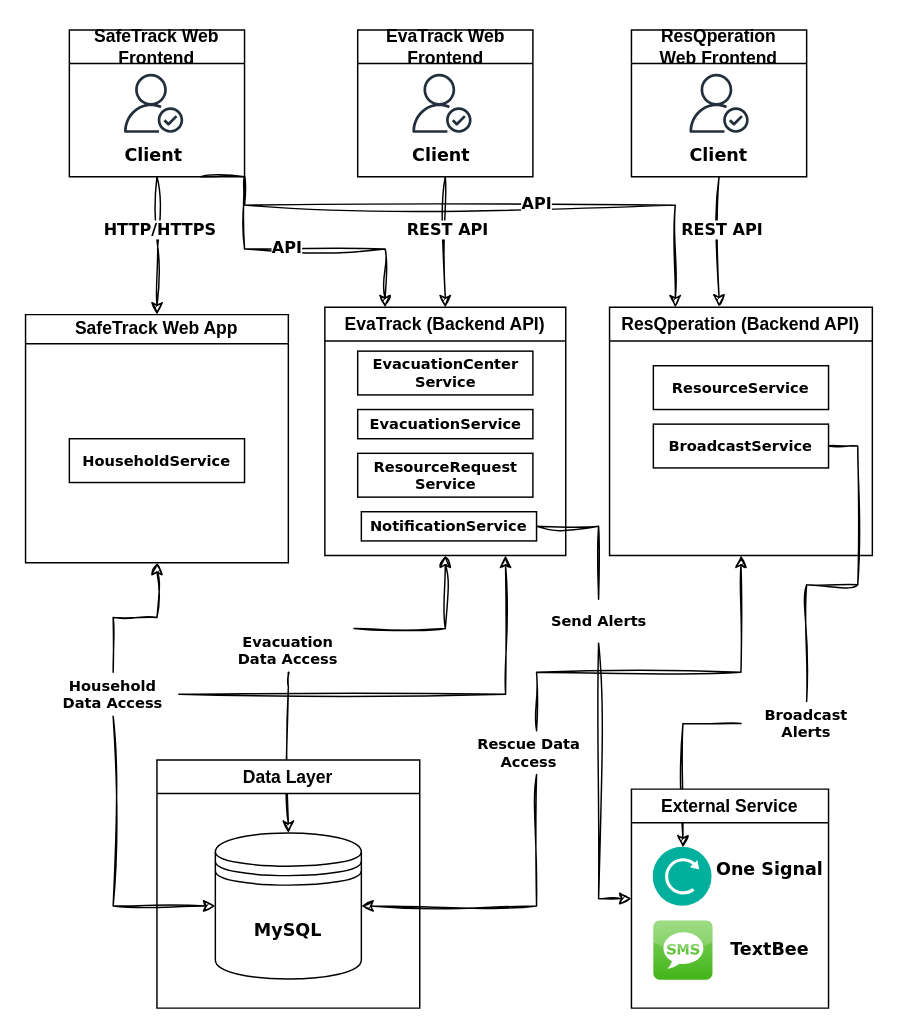
Before: page "System Architecture" (1 of 3) of docs/sys1.0.drawio in klint-droid/EvaTrack, a draw.io diagram. Source tidied: cells renumbered, new cells numbered last; positions are measured from the earlier drawing's top-left corner, leaving out a move shared by most shapes. Both pictures are drawn from the tidied source at 146%, with x=0, y=0 at pixel (25, 29).
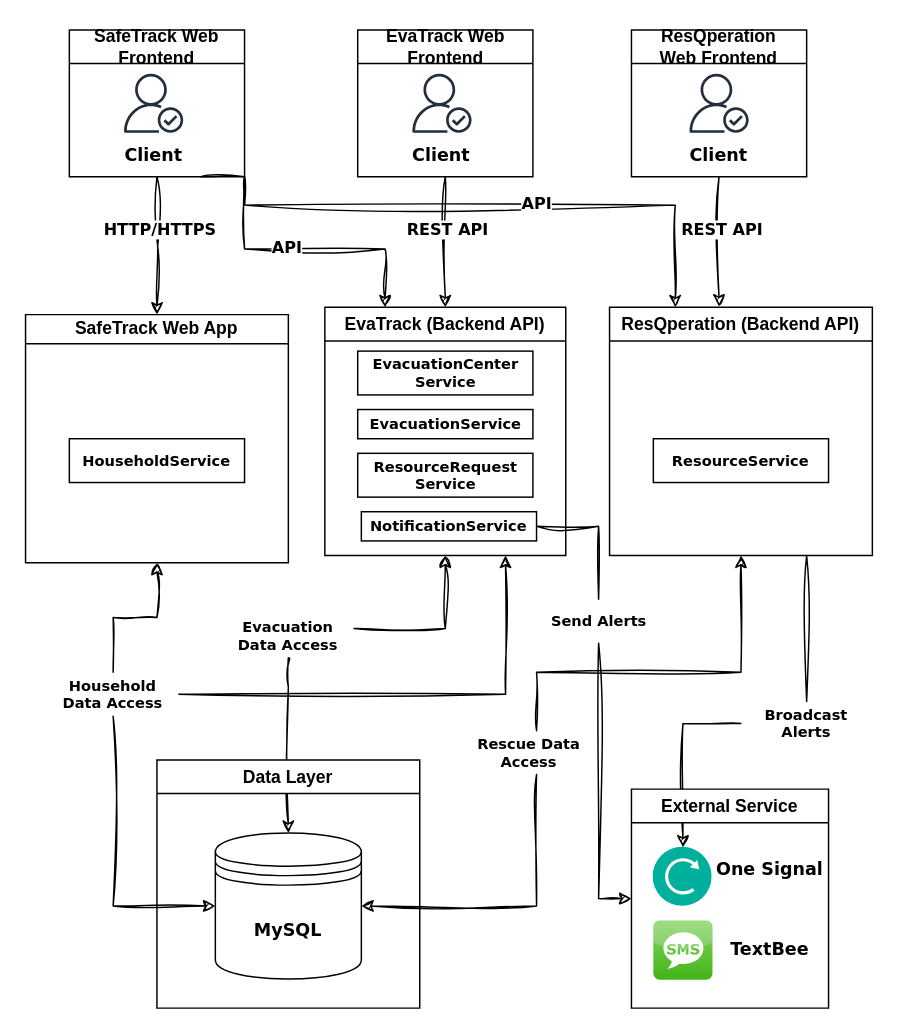
Above is the later version.

The change refers to these unchanged cells:
```xml
<mxCell id="4" value="EvaTrack (Backend API)" style="swimlane;whiteSpace=wrap;html=1;" parent="1" vertex="1">
  <mxGeometry x="205" y="190" width="165" height="170" as="geometry" />
</mxCell>
<mxCell id="14" value="ResQperation (Backend API)" style="swimlane;whiteSpace=wrap;html=1;" parent="1" vertex="1">
  <mxGeometry x="400" y="190" width="180" height="170" as="geometry" />
</mxCell>
<mxCell id="26" value="Household Data Access" style="text;html=1;whiteSpace=wrap;strokeColor=none;fillColor=none;align=center;verticalAlign=middle;rounded=0;fontFamily=Verdana;fontSize=10;fontStyle=1;" parent="1" vertex="1">
  <mxGeometry x="15" y="440" width="90" height="30" as="geometry" />
</mxCell>
<mxCell id="34" value="Broadcast Alerts" style="text;html=1;whiteSpace=wrap;strokeColor=none;fillColor=none;align=center;verticalAlign=middle;rounded=0;fontFamily=Verdana;fontSize=10;fontStyle=1;" parent="1" vertex="1">
  <mxGeometry x="490" y="460" width="90" height="30" as="geometry" />
</mxCell>
```

The edit, as a diff of the source:
```diff
@@
     <mxCell id="15" value="ResourceService" style="html=1;whiteSpace=wrap;fontFamily=Verdana;fontStyle=1;fontSize=10;" parent="14" vertex="1">
-      <mxGeometry x="30" y="40" width="120" height="30" as="geometry" />
+      <mxGeometry x="30" y="90" width="120" height="30" as="geometry" />
     </mxCell>
-    <mxCell id="16" value="BroadcastService" style="html=1;whiteSpace=wrap;fontFamily=Verdana;fontStyle=1;fontSize=10;" parent="14" vertex="1">
-      <mxGeometry x="30" y="80" width="120" height="30" as="geometry" />
-    </mxCell>
@@
-    <mxCell id="25" style="edgeStyle=orthogonalEdgeStyle;rounded=0;jettySize=auto;html=1;entryX=0.75;entryY=1;entryDx=0;entryDy=0;defaultLabelBackgroundColor=page;labelPadding=0 4;sketch=1;curveFitting=1;jiggle=2;exitX=1;exitY=0.5;exitDx=0;exitDy=0;" parent="1" edge="1" source="26" target="4">
+    <mxCell id="25" style="edgeStyle=orthogonalEdgeStyle;rounded=0;jettySize=auto;html=1;entryX=0.75;entryY=1;entryDx=0;entryDy=0;defaultLabelBackgroundColor=page;labelPadding=0 4;sketch=1;curveFitting=1;jiggle=2;" parent="1" edge="1" source="26" target="4">
       <mxGeometry relative="1" as="geometry" />
     </mxCell>
@@
     <mxCell id="28" value="Evacuation Data Access" style="text;html=1;whiteSpace=wrap;strokeColor=none;fillColor=none;align=center;verticalAlign=middle;rounded=0;fontFamily=Verdana;fontSize=10;fontStyle=1;" parent="1" vertex="1">
-      <mxGeometry x="135" y="410" width="90" height="30" as="geometry" />
+      <mxGeometry x="135" y="400" width="90" height="30" as="geometry" />
     </mxCell>
@@
-    <mxCell id="33" style="edgeStyle=orthogonalEdgeStyle;rounded=0;jettySize=auto;html=1;defaultLabelBackgroundColor=page;labelPadding=0 4;exitX=1;exitY=0.5;exitDx=0;exitDy=0;sketch=1;curveFitting=1;jiggle=2;endArrow=none;endFill=0;entryX=0.5;entryY=0;entryDx=0;entryDy=0;" parent="1" edge="1" source="16" target="34">
-      <mxGeometry x="0.3" relative="1" as="geometry" />
+    <mxCell id="33" style="edgeStyle=orthogonalEdgeStyle;rounded=0;jettySize=auto;html=1;defaultLabelBackgroundColor=page;labelPadding=0 4;exitX=0.75;exitY=1;exitDx=0;exitDy=0;sketch=1;curveFitting=1;jiggle=2;endArrow=none;endFill=0;entryX=0.5;entryY=0;entryDx=0;entryDy=0;" parent="1" edge="1" source="14" target="34">
+      <mxGeometry relative="1" as="geometry" />
     </mxCell>
```
